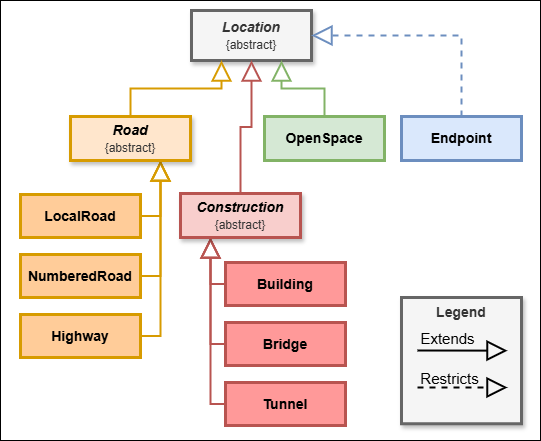
oasis-tcs/openc2-jadn-im keeps this draw.io diagram as images/Inheritance-Example-Vert.drawio.png. Above is the earlier version. Source tidied: cells renumbered, new cells last; positions are measured from the earlier drawing's top-left corner, leaving out a move shared by most shapes.
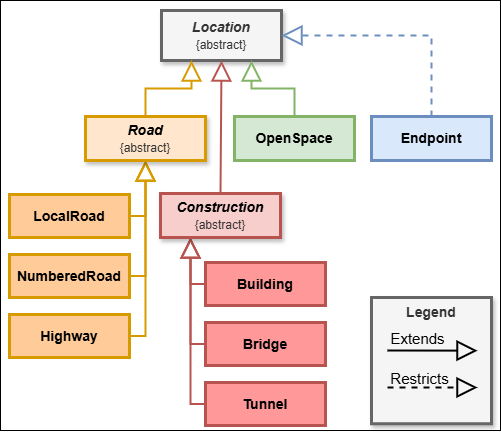
Above is the later version.

Commit message:
refine inheritance diagram

Diff of the diagram source:
```diff
@@ -3,7 +3,7 @@
     <mxCell id="0" />
     <mxCell id="1" value="Background" parent="0" />
     <mxCell id="2" style="rounded=0;whiteSpace=wrap;html=1;" parent="1" vertex="1">
-      <mxGeometry width="540" height="440" as="geometry" />
+      <mxGeometry x="30" width="500" height="430" as="geometry" />
     </mxCell>
     <mxCell id="3" value="Inheritance Tree" parent="0" />
     <mxCell id="4" value="&lt;div&gt;&lt;span style=&quot;background-color: transparent; color: light-dark(rgb(51, 51, 51), rgb(193, 193, 193));&quot;&gt;Legend&lt;/span&gt;&lt;/div&gt;&lt;div&gt;&lt;br&gt;&lt;/div&gt;" style="rounded=0;whiteSpace=wrap;html=1;fontStyle=1;fontSize=14;fillColor=#f5f5f5;fontColor=#333333;strokeColor=#666666;strokeWidth=3;shadow=1;verticalAlign=top;" parent="3" vertex="1">
@@ -18,16 +18,16 @@
     <mxCell id="7" style="endArrow=block;endSize=16;endFill=0;html=1;rounded=0;entryX=0.25;entryY=1;entryDx=0;entryDy=0;exitX=0.5;exitY=0;exitDx=0;exitDy=0;edgeStyle=orthogonalEdgeStyle;strokeWidth=2;strokeColor=#D79B00;" parent="3" edge="1" source="22" target="5">
       <mxGeometry relative="1" as="geometry" />
     </mxCell>
-    <mxCell id="8" style="endArrow=block;endSize=16;endFill=0;html=1;rounded=0;strokeWidth=2;entryX=0.5;entryY=1;entryDx=0;entryDy=0;strokeColor=#B85450;edgeStyle=orthogonalEdgeStyle;exitX=0.5;exitY=0;exitDx=0;exitDy=0;" parent="3" edge="1" source="23" target="5">
+    <mxCell id="8" style="endArrow=block;endSize=16;endFill=0;html=1;rounded=0;strokeWidth=2;entryX=0.5;entryY=1;entryDx=0;entryDy=0;strokeColor=#B85450;exitX=0.5;exitY=0;exitDx=0;exitDy=0;" parent="3" edge="1" source="23" target="5">
       <mxGeometry relative="1" as="geometry" />
     </mxCell>
-    <mxCell id="9" style="endArrow=block;endSize=16;endFill=0;html=1;rounded=0;entryX=0.75;entryY=1;entryDx=0;entryDy=0;exitX=1;exitY=0.5;exitDx=0;exitDy=0;edgeStyle=orthogonalEdgeStyle;strokeWidth=2;strokeColor=#D79B00;" parent="3" edge="1" source="15" target="22">
+    <mxCell id="9" style="endArrow=block;endSize=16;endFill=0;html=1;rounded=0;entryX=0.5;entryY=1;entryDx=0;entryDy=0;exitX=1;exitY=0.5;exitDx=0;exitDy=0;edgeStyle=orthogonalEdgeStyle;strokeWidth=2;strokeColor=#D79B00;" parent="3" edge="1" source="15" target="22">
       <mxGeometry relative="1" as="geometry" />
     </mxCell>
-    <mxCell id="10" style="endArrow=block;endSize=16;endFill=0;html=1;rounded=0;entryX=0.75;entryY=1;entryDx=0;entryDy=0;exitX=1;exitY=0.5;exitDx=0;exitDy=0;edgeStyle=orthogonalEdgeStyle;strokeWidth=2;strokeColor=#D79B00;" parent="3" edge="1" source="16" target="22">
+    <mxCell id="10" style="endArrow=block;endSize=16;endFill=0;html=1;rounded=0;entryX=0.5;entryY=1;entryDx=0;entryDy=0;exitX=1;exitY=0.5;exitDx=0;exitDy=0;edgeStyle=orthogonalEdgeStyle;strokeWidth=2;strokeColor=#D79B00;" parent="3" edge="1" source="16" target="22">
       <mxGeometry relative="1" as="geometry" />
     </mxCell>
-    <mxCell id="11" style="endArrow=block;endSize=16;endFill=0;html=1;rounded=0;edgeStyle=orthogonalEdgeStyle;strokeWidth=2;entryX=0.75;entryY=1;entryDx=0;entryDy=0;strokeColor=#D79B00;exitX=1;exitY=0.5;exitDx=0;exitDy=0;" parent="3" edge="1" source="17" target="22">
+    <mxCell id="11" style="endArrow=block;endSize=16;endFill=0;html=1;rounded=0;edgeStyle=orthogonalEdgeStyle;strokeWidth=2;entryX=0.5;entryY=1;entryDx=0;entryDy=0;strokeColor=#D79B00;exitX=1;exitY=0.5;exitDx=0;exitDy=0;" parent="3" edge="1" source="17" target="22">
       <mxGeometry relative="1" as="geometry" />
     </mxCell>
     <mxCell id="12" style="endArrow=block;endSize=16;endFill=0;html=1;rounded=0;exitX=0;exitY=0.5;exitDx=0;exitDy=0;edgeStyle=orthogonalEdgeStyle;strokeWidth=2;strokeColor=#B85450;entryX=0.25;entryY=1;entryDx=0;entryDy=0;" parent="3" edge="1" source="20" target="23">
@@ -40,31 +40,31 @@
       <mxGeometry relative="1" as="geometry" />
     </mxCell>
     <mxCell id="15" value="LocalRoad" style="rounded=0;whiteSpace=wrap;html=1;fontStyle=1;fontSize=14;fillColor=#FFCC99;strokeColor=#d79b00;strokeWidth=3;" parent="3" vertex="1">
-      <mxGeometry x="20" y="194" width="120" height="43" as="geometry" />
+      <mxGeometry x="39" y="194" width="120" height="43" as="geometry" />
     </mxCell>
     <mxCell id="16" value="NumberedRoad" style="rounded=0;whiteSpace=wrap;html=1;fontStyle=1;fontSize=14;fillColor=#FFCC99;strokeColor=#d79b00;strokeWidth=3;" parent="3" vertex="1">
-      <mxGeometry x="20" y="254" width="120" height="43" as="geometry" />
+      <mxGeometry x="39" y="254" width="120" height="43" as="geometry" />
     </mxCell>
     <mxCell id="17" value="Highway" style="rounded=0;whiteSpace=wrap;html=1;fontStyle=1;fontSize=14;fillColor=#FFCC99;strokeColor=#d79b00;strokeWidth=3;" parent="3" vertex="1">
-      <mxGeometry x="20" y="314" width="120" height="43" as="geometry" />
+      <mxGeometry x="39" y="314" width="120" height="43" as="geometry" />
     </mxCell>
     <mxCell id="18" value="Building" style="rounded=0;whiteSpace=wrap;html=1;fontStyle=1;fontSize=14;fillColor=#FF9999;strokeColor=#b85450;strokeWidth=3;" parent="3" vertex="1">
-      <mxGeometry x="225" y="262" width="120" height="43" as="geometry" />
+      <mxGeometry x="235" y="262" width="120" height="43" as="geometry" />
     </mxCell>
     <mxCell id="19" value="Tunnel" style="rounded=0;whiteSpace=wrap;html=1;fontStyle=1;fontSize=14;fillColor=#FF9999;strokeColor=#b85450;strokeWidth=3;" parent="3" vertex="1">
-      <mxGeometry x="225" y="382" width="120" height="43" as="geometry" />
+      <mxGeometry x="235" y="382" width="120" height="43" as="geometry" />
     </mxCell>
     <mxCell id="20" value="Bridge" style="rounded=0;whiteSpace=wrap;html=1;fontStyle=1;fontSize=14;fillColor=#FF9999;strokeColor=#b85450;strokeWidth=3;" parent="3" vertex="1">
-      <mxGeometry x="225" y="322" width="120" height="43" as="geometry" />
+      <mxGeometry x="235" y="322" width="120" height="43" as="geometry" />
     </mxCell>
     <mxCell id="21" value="OpenSpace" style="rounded=0;whiteSpace=wrap;html=1;fontStyle=1;fontSize=14;fillColor=#d5e8d4;strokeColor=#82b366;strokeWidth=3;" parent="3" vertex="1">
       <mxGeometry x="264" y="116" width="120" height="44" as="geometry" />
     </mxCell>
     <mxCell id="22" value="&lt;div&gt;&lt;i style=&quot;&quot;&gt;Road&lt;/i&gt;&lt;/div&gt;&lt;div&gt;&lt;span style=&quot;color: rgb(51, 51, 51); font-size: 12px; font-weight: 400;&quot;&gt;{abstract}&lt;/span&gt;&lt;/div&gt;" style="rounded=0;whiteSpace=wrap;html=1;fontStyle=1;fontSize=14;fillColor=#ffe6cc;strokeColor=#d79b00;strokeWidth=3;shadow=1;" parent="3" vertex="1">
-      <mxGeometry x="70" y="116" width="120" height="44" as="geometry" />
+      <mxGeometry x="115" y="116" width="120" height="44" as="geometry" />
     </mxCell>
     <mxCell id="23" value="&lt;div&gt;&lt;span style=&quot;background-color: transparent; color: light-dark(rgb(0, 0, 0), rgb(255, 255, 255));&quot;&gt;&lt;i style=&quot;&quot;&gt;Construction&lt;/i&gt;&lt;/span&gt;&lt;/div&gt;&lt;div&gt;&lt;span style=&quot;color: rgb(51, 51, 51); font-size: 12px; font-weight: 400;&quot;&gt;{abstract}&lt;/span&gt;&lt;span style=&quot;background-color: transparent; color: light-dark(rgb(0, 0, 0), rgb(255, 255, 255)); font-weight: normal;&quot;&gt;&lt;i&gt;&lt;/i&gt;&lt;/span&gt;&lt;/div&gt;" style="rounded=0;whiteSpace=wrap;html=1;fontStyle=1;fontSize=14;fillColor=#f8cecc;strokeColor=#b85450;strokeWidth=3;shadow=1;" parent="3" vertex="1">
-      <mxGeometry x="180" y="193" width="120" height="44" as="geometry" />
+      <mxGeometry x="190" y="193" width="120" height="44" as="geometry" />
     </mxCell>
     <mxCell id="24" style="endArrow=block;endSize=16;endFill=0;html=1;rounded=0;strokeWidth=2;strokeColor=#000000;fontSize=15;" parent="3" edge="1">
       <mxGeometry relative="1" as="geometry">
```
